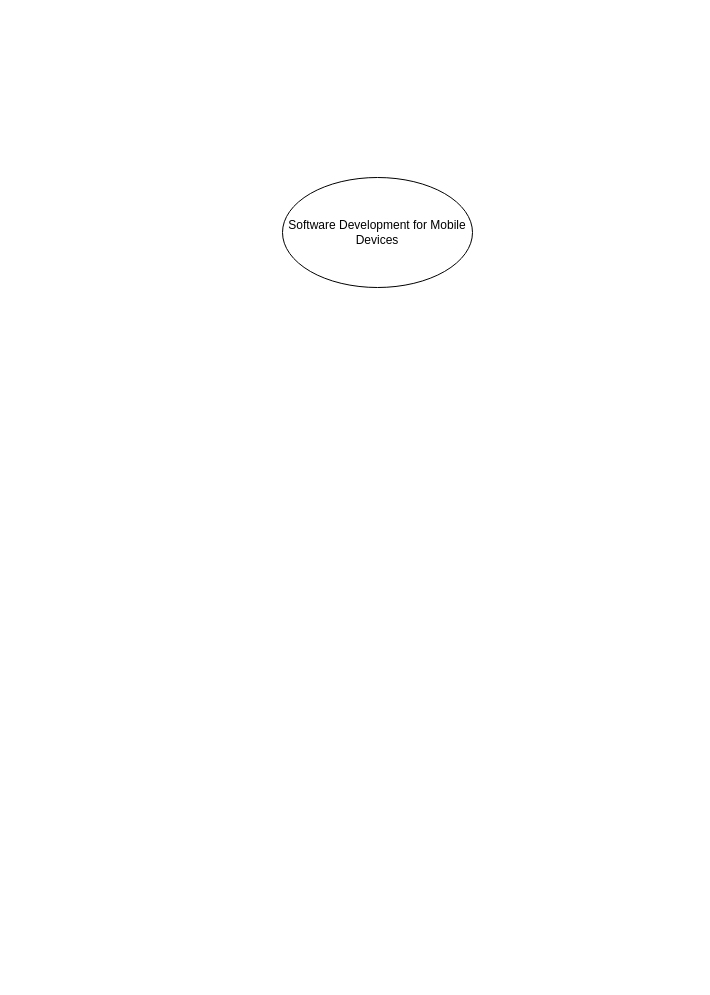
Above: MindmapAndroid.drawio in LastMinuteBanter/DistinctionTaskUML (draw.io), before the change. Source tidied: cells renumbered, new cells numbered last; positions are measured from the earlier drawing's top-left corner, leaving out a move shared by most shapes. Both pictures are drawn from the tidied source at 100%, with x=0, y=0 at pixel (282, 177).
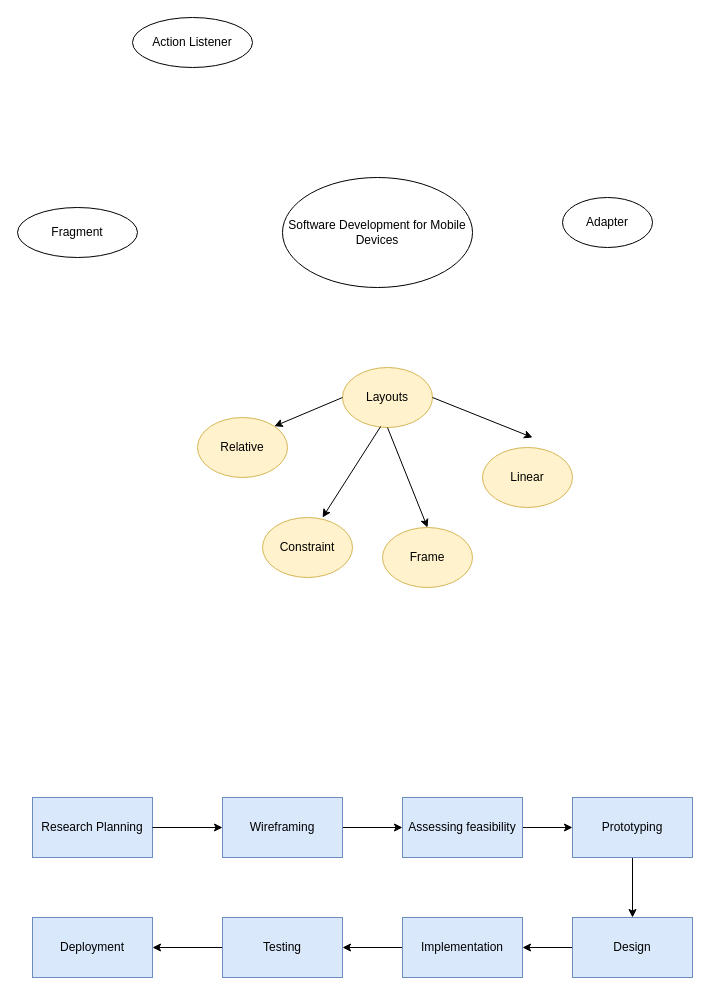
The same diagram, later.

The edit, as a diff of the source:
```diff
@@
+    <mxCell id="3" value="Research Planning" style="rounded=0;whiteSpace=wrap;html=1;fillColor=#dae8fc;strokeColor=#6c8ebf;" parent="1" vertex="1">
+      <mxGeometry x="-250" y="620" width="120" height="60" as="geometry" />
+    </mxCell>
+    <mxCell id="4" style="endArrow=classic;html=1;exitX=1;exitY=0.5;exitDx=0;exitDy=0;" parent="1" edge="1" source="3">
+      <mxGeometry relative="1" as="geometry">
+        <mxPoint x="-60" y="650" as="targetPoint" />
+      </mxGeometry>
+    </mxCell>
+    <mxCell id="5" style="edgeStyle=orthogonalEdgeStyle;rounded=0;jettySize=auto;html=1;" parent="1" edge="1" source="6" target="8">
+      <mxGeometry relative="1" as="geometry" />
+    </mxCell>
+    <mxCell id="6" value="Wireframing" style="rounded=0;whiteSpace=wrap;html=1;fillColor=#dae8fc;strokeColor=#6c8ebf;" parent="1" vertex="1">
+      <mxGeometry x="-60" y="620" width="120" height="60" as="geometry" />
+    </mxCell>
+    <mxCell id="7" style="edgeStyle=orthogonalEdgeStyle;rounded=0;jettySize=auto;html=1;" parent="1" edge="1" source="8" target="10">
+      <mxGeometry relative="1" as="geometry" />
+    </mxCell>
+    <mxCell id="8" value="Assessing feasibility" style="rounded=0;whiteSpace=wrap;html=1;fillColor=#dae8fc;strokeColor=#6c8ebf;" parent="1" vertex="1">
+      <mxGeometry x="120" y="620" width="120" height="60" as="geometry" />
+    </mxCell>
+    <mxCell id="9" style="edgeStyle=orthogonalEdgeStyle;rounded=0;jettySize=auto;html=1;" parent="1" edge="1" source="10" target="12">
+      <mxGeometry relative="1" as="geometry" />
+    </mxCell>
+    <mxCell id="10" value="Prototyping" style="rounded=0;whiteSpace=wrap;html=1;fillColor=#dae8fc;strokeColor=#6c8ebf;" parent="1" vertex="1">
+      <mxGeometry x="290" y="620" width="120" height="60" as="geometry" />
+    </mxCell>
+    <mxCell id="11" style="edgeStyle=orthogonalEdgeStyle;rounded=0;jettySize=auto;html=1;" parent="1" edge="1" source="12" target="14">
+      <mxGeometry relative="1" as="geometry" />
+    </mxCell>
+    <mxCell id="12" value="Design" style="rounded=0;whiteSpace=wrap;html=1;fillColor=#dae8fc;strokeColor=#6c8ebf;" parent="1" vertex="1">
+      <mxGeometry x="290" y="740" width="120" height="60" as="geometry" />
+    </mxCell>
+    <mxCell id="13" style="edgeStyle=orthogonalEdgeStyle;rounded=0;jettySize=auto;html=1;" parent="1" edge="1" source="14" target="16">
+      <mxGeometry relative="1" as="geometry" />
+    </mxCell>
+    <mxCell id="14" value="Implementation" style="rounded=0;whiteSpace=wrap;html=1;fillColor=#dae8fc;strokeColor=#6c8ebf;" parent="1" vertex="1">
+      <mxGeometry x="120" y="740" width="120" height="60" as="geometry" />
+    </mxCell>
+    <mxCell id="15" style="edgeStyle=orthogonalEdgeStyle;rounded=0;jettySize=auto;html=1;" parent="1" edge="1" source="16" target="17">
+      <mxGeometry relative="1" as="geometry" />
+    </mxCell>
+    <mxCell id="16" value="Testing" style="rounded=0;whiteSpace=wrap;html=1;fillColor=#dae8fc;strokeColor=#6c8ebf;" parent="1" vertex="1">
+      <mxGeometry x="-60" y="740" width="120" height="60" as="geometry" />
+    </mxCell>
+    <mxCell id="17" value="Deployment" style="rounded=0;whiteSpace=wrap;html=1;fillColor=#dae8fc;strokeColor=#6c8ebf;" parent="1" vertex="1">
+      <mxGeometry x="-250" y="740" width="120" height="60" as="geometry" />
+    </mxCell>
+    <mxCell id="18" value="Layouts" style="ellipse;whiteSpace=wrap;html=1;fillColor=#fff2cc;strokeColor=#d6b656;" parent="1" vertex="1">
+      <mxGeometry x="60" y="190" width="90" height="60" as="geometry" />
+    </mxCell>
+    <mxCell id="19" value="Adapter" style="ellipse;whiteSpace=wrap;html=1;" parent="1" vertex="1">
+      <mxGeometry x="280" y="20" width="90" height="50" as="geometry" />
+    </mxCell>
+    <mxCell id="20" value="Fragment" style="ellipse;whiteSpace=wrap;html=1;" parent="1" vertex="1">
+      <mxGeometry x="-265" y="30" width="120" height="50" as="geometry" />
+    </mxCell>
+    <mxCell id="21" value="Action Listener" style="ellipse;whiteSpace=wrap;html=1;" parent="1" vertex="1">
+      <mxGeometry x="-150" y="-160" width="120" height="50" as="geometry" />
+    </mxCell>
+    <mxCell id="22" value="Relative" style="ellipse;whiteSpace=wrap;html=1;fillColor=#fff2cc;strokeColor=#d6b656;" parent="1" vertex="1">
+      <mxGeometry x="-85" y="240" width="90" height="60" as="geometry" />
+    </mxCell>
+    <mxCell id="23" value="Constraint" style="ellipse;whiteSpace=wrap;html=1;fillColor=#fff2cc;strokeColor=#d6b656;" parent="1" vertex="1">
+      <mxGeometry x="-20" y="340" width="90" height="60" as="geometry" />
+    </mxCell>
+    <mxCell id="24" value="Linear" style="ellipse;whiteSpace=wrap;html=1;fillColor=#fff2cc;strokeColor=#d6b656;" parent="1" vertex="1">
+      <mxGeometry x="200" y="270" width="90" height="60" as="geometry" />
+    </mxCell>
+    <mxCell id="25" value="Frame" style="ellipse;whiteSpace=wrap;html=1;fillColor=#fff2cc;strokeColor=#d6b656;" parent="1" vertex="1">
+      <mxGeometry x="100" y="350" width="90" height="60" as="geometry" />
+    </mxCell>
+    <mxCell id="26" style="endArrow=classic;html=1;exitX=1;exitY=0.5;exitDx=0;exitDy=0;" parent="1" edge="1" source="18">
+      <mxGeometry relative="1" as="geometry">
+        <mxPoint x="250" y="260" as="targetPoint" />
+      </mxGeometry>
+    </mxCell>
+    <mxCell id="27" style="endArrow=classic;html=1;exitX=0.5;exitY=1;exitDx=0;exitDy=0;entryX=0.5;entryY=0;entryDx=0;entryDy=0;" parent="1" edge="1" source="18" target="25">
+      <mxGeometry relative="1" as="geometry" />
+    </mxCell>
+    <mxCell id="28" style="endArrow=classic;html=1;exitX=0.424;exitY=0.983;exitDx=0;exitDy=0;exitPerimeter=0;entryX=0.667;entryY=0;entryDx=0;entryDy=0;entryPerimeter=0;" parent="1" edge="1" source="18" target="23">
+      <mxGeometry relative="1" as="geometry" />
+    </mxCell>
+    <mxCell id="29" style="endArrow=classic;html=1;exitX=0;exitY=0.5;exitDx=0;exitDy=0;entryX=1;entryY=0;entryDx=0;entryDy=0;" parent="1" edge="1" source="18" target="22">
+      <mxGeometry relative="1" as="geometry" />
+    </mxCell>
```
